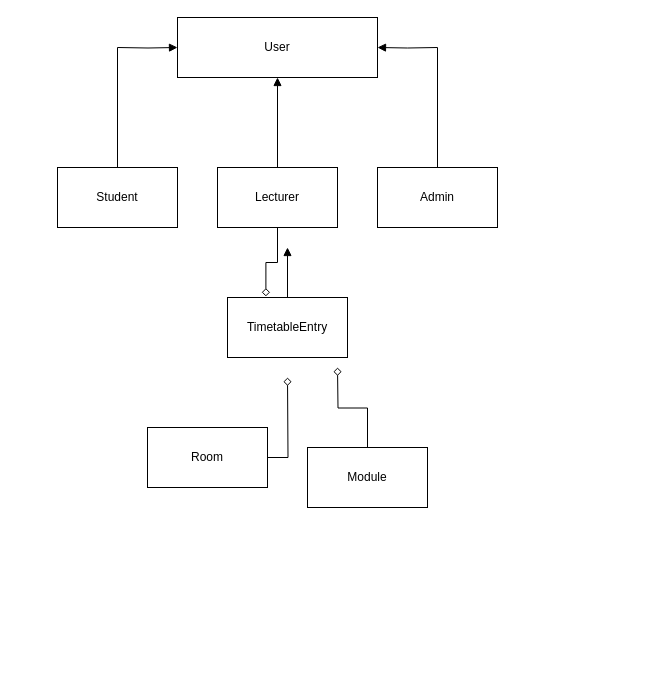
Earlier version of the draw.io diagram UMLDiagramOODProject (1).drawio (ChrisY03/OOD-G19). Source tidied: cells renumbered, new cells numbered last; positions are measured from the earlier drawing's top-left corner, leaving out a move shared by most shapes. Both pictures are drawn from the tidied source at 100%, with x=0, y=0 at pixel (57, 17).
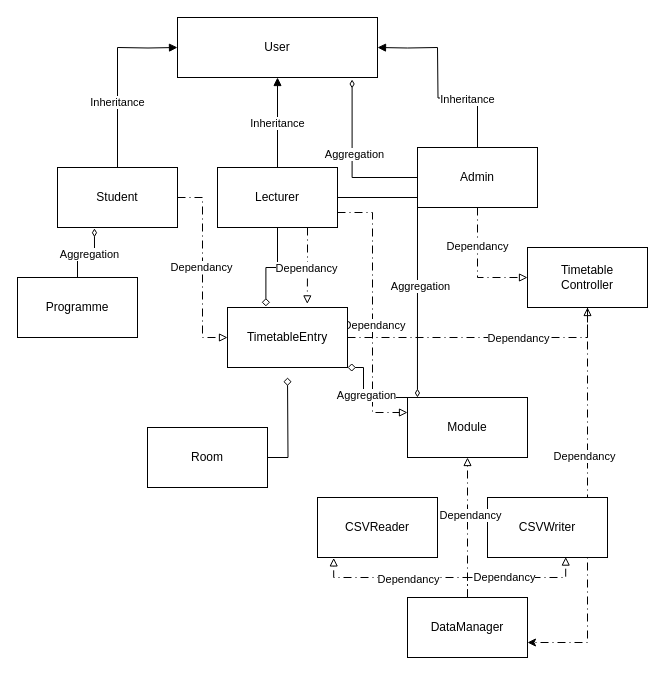
After the change.

Commit message (it also covers changes not shown here):
Update UML diagram and add backup file

Added a backup file for the UML diagram and updated the main diagram to include new entities (TimetableController, Programme, CSVReader, CSVWriter, DataManager) and relationships (inheritance, aggregation, dependency) with improved labeling and layout.

The change refers to these unchanged cells:
```xml
<mxCell id="2" value="User" style="rounded=0;whiteSpace=wrap;html=1;" parent="1" vertex="1">
  <mxGeometry x="120" width="200" height="60" as="geometry" />
</mxCell>
<mxCell id="4" style="edgeStyle=orthogonalEdgeStyle;rounded=0;jettySize=auto;html=1;endArrow=none;endFill=0;" parent="1" edge="1" source="5">
  <mxGeometry relative="1" as="geometry">
    <mxPoint x="60" y="30" as="targetPoint" />
  </mxGeometry>
</mxCell>
<mxCell id="5" value="Student" style="rounded=0;whiteSpace=wrap;html=1;direction=west;" parent="1" vertex="1">
  <mxGeometry y="150" width="120" height="60" as="geometry" />
</mxCell>
<mxCell id="6" style="edgeStyle=orthogonalEdgeStyle;rounded=0;jettySize=auto;html=1;entryX=0.5;entryY=1;entryDx=0;entryDy=0;endArrow=block;endFill=1;" parent="1" edge="1" source="7" target="2">
  <mxGeometry relative="1" as="geometry" />
</mxCell>
<mxCell id="7" value="Lecturer" style="rounded=0;whiteSpace=wrap;html=1;" parent="1" vertex="1">
  <mxGeometry x="160" y="150" width="120" height="60" as="geometry" />
</mxCell>
<mxCell id="9" style="edgeStyle=orthogonalEdgeStyle;rounded=0;jettySize=auto;html=1;endArrow=none;endFill=0;" parent="1" edge="1" source="10">
  <mxGeometry relative="1" as="geometry">
    <mxPoint x="380" y="30" as="targetPoint" />
  </mxGeometry>
</mxCell>
```

Diff of the diagram source:
```diff
@@
+    <mxCell id="18" value="Inheritance" style="edgeLabel;html=1;align=center;verticalAlign=middle;" parent="4" vertex="1">
+      <mxGeometry x="0.09" y="1" relative="1" as="geometry" />
+    </mxCell>
+    <mxCell id="19" style="edgeStyle=orthogonalEdgeStyle;rounded=0;jettySize=auto;html=1;entryX=0;entryY=0.5;entryDx=0;entryDy=0;dashed=1;dashPattern=8 4 1 4;endArrow=block;endFill=0;" parent="1" edge="1" source="5" target="14">
+      <mxGeometry relative="1" as="geometry" />
+    </mxCell>
+    <mxCell id="20" value="Dependancy" style="edgeLabel;html=1;align=center;verticalAlign=middle;" parent="19" vertex="1">
+      <mxGeometry x="-0.01" y="-2" relative="1" as="geometry" />
+    </mxCell>
@@
+    <mxCell id="21" value="Inheritance" style="edgeLabel;html=1;align=center;verticalAlign=middle;" parent="6" vertex="1">
+      <mxGeometry x="0.01" y="1" relative="1" as="geometry" />
+    </mxCell>
+    <mxCell id="22" style="edgeStyle=orthogonalEdgeStyle;rounded=0;jettySize=auto;html=1;exitX=1;exitY=0.75;exitDx=0;exitDy=0;entryX=0;entryY=0.25;entryDx=0;entryDy=0;dashed=1;dashPattern=8 4 1 4;endArrow=block;endFill=0;" parent="1" edge="1" source="7" target="12">
+      <mxGeometry relative="1" as="geometry" />
+    </mxCell>
+    <mxCell id="23" value="Dependancy" style="edgeLabel;html=1;align=center;verticalAlign=middle;" parent="22" vertex="1">
+      <mxGeometry x="0.09" y="1" relative="1" as="geometry" />
+    </mxCell>
@@
+    <mxCell id="24" value="Inheritance" style="edgeLabel;html=1;align=center;verticalAlign=middle;" parent="9" vertex="1">
+      <mxGeometry x="-0.14" y="1" relative="1" as="geometry" />
+    </mxCell>
+    <mxCell id="25" style="edgeStyle=orthogonalEdgeStyle;rounded=0;jettySize=auto;html=1;entryX=0;entryY=0.5;entryDx=0;entryDy=0;dashed=1;dashPattern=8 4 1 4;endArrow=block;endFill=0;" parent="1" edge="1" source="10" target="32">
+      <mxGeometry relative="1" as="geometry" />
+    </mxCell>
+    <mxCell id="26" value="Dependancy" style="edgeLabel;html=1;align=center;verticalAlign=middle;" parent="25" vertex="1">
+      <mxGeometry x="-0.36" y="-1" relative="1" as="geometry" />
+    </mxCell>
     <mxCell id="10" value="Admin" style="rounded=0;whiteSpace=wrap;html=1;" parent="1" vertex="1">
-      <mxGeometry x="320" y="150" width="120" height="60" as="geometry" />
+      <mxGeometry x="360" y="130" width="120" height="60" as="geometry" />
     </mxCell>
-    <mxCell id="11" style="edgeStyle=orthogonalEdgeStyle;rounded=0;jettySize=auto;html=1;endArrow=diamond;endFill=0;" parent="1" edge="1" source="12">
+    <mxCell id="11" style="edgeStyle=orthogonalEdgeStyle;rounded=0;jettySize=auto;html=1;endArrow=diamond;endFill=0;entryX=1;entryY=1;entryDx=0;entryDy=0;" parent="1" edge="1" source="12" target="14">
       <mxGeometry relative="1" as="geometry">
-        <mxPoint x="280" y="350" as="targetPoint" />
+        <Array as="points">
+          <mxPoint x="306" y="380" />
+          <mxPoint x="306" y="350" />
+        </Array>
       </mxGeometry>
     </mxCell>
+    <mxCell id="27" value="Aggregation" style="edgeLabel;html=1;align=center;verticalAlign=middle;" parent="11" vertex="1">
+      <mxGeometry x="0.04" y="-2" relative="1" as="geometry" />
+    </mxCell>
     <mxCell id="12" value="Module" style="rounded=0;whiteSpace=wrap;html=1;" parent="1" vertex="1">
-      <mxGeometry x="250" y="430" width="120" height="60" as="geometry" />
+      <mxGeometry x="350" y="380" width="120" height="60" as="geometry" />
     </mxCell>
-    <mxCell id="13" style="edgeStyle=orthogonalEdgeStyle;rounded=0;jettySize=auto;html=1;endArrow=block;endFill=1;" parent="1" edge="1" source="14">
-      <mxGeometry relative="1" as="geometry">
-        <mxPoint x="230" y="230" as="targetPoint" />
-      </mxGeometry>
-    </mxCell>
+    <mxCell id="28" style="edgeStyle=orthogonalEdgeStyle;rounded=0;jettySize=auto;html=1;entryX=0.5;entryY=1;entryDx=0;entryDy=0;dashed=1;dashPattern=8 4 1 4;endArrow=block;endFill=0;" parent="1" edge="1" source="14" target="32">
+      <mxGeometry relative="1" as="geometry" />
+    </mxCell>
+    <mxCell id="29" value="Dependancy" style="edgeLabel;html=1;align=center;verticalAlign=middle;" parent="28" vertex="1">
+      <mxGeometry x="0.26" relative="1" as="geometry" />
+    </mxCell>
     <mxCell id="14" value="TimetableEntry" style="rounded=0;whiteSpace=wrap;html=1;" parent="1" vertex="1">
-      <mxGeometry x="170" y="280" width="120" height="60" as="geometry" />
+      <mxGeometry x="170" y="290" width="120" height="60" as="geometry" />
     </mxCell>
@@
+    <mxCell id="30" style="edgeStyle=orthogonalEdgeStyle;rounded=0;jettySize=auto;html=1;entryX=1;entryY=0.75;entryDx=0;entryDy=0;dashed=1;dashPattern=8 4 1 4;" parent="1" edge="1" source="32" target="46">
+      <mxGeometry relative="1" as="geometry" />
+    </mxCell>
+    <mxCell id="31" value="Dependancy" style="edgeLabel;html=1;align=center;verticalAlign=middle;" parent="30" vertex="1">
+      <mxGeometry x="-0.25" y="-4" relative="1" as="geometry" />
+    </mxCell>
+    <mxCell id="32" value="Timetable&lt;div&gt;Controller&lt;/div&gt;" style="rounded=0;whiteSpace=wrap;html=1;" parent="1" vertex="1">
+      <mxGeometry x="470" y="230" width="120" height="60" as="geometry" />
+    </mxCell>
+    <mxCell id="33" value="Programme" style="rounded=0;whiteSpace=wrap;html=1;" parent="1" vertex="1">
+      <mxGeometry x="-40" y="260" width="120" height="60" as="geometry" />
+    </mxCell>
+    <mxCell id="34" style="edgeStyle=orthogonalEdgeStyle;rounded=0;jettySize=auto;html=1;entryX=0.692;entryY=-0.013;entryDx=0;entryDy=0;entryPerimeter=0;endArrow=diamondThin;endFill=0;" parent="1" edge="1" source="33" target="5">
+      <mxGeometry relative="1" as="geometry" />
+    </mxCell>
+    <mxCell id="35" value="Aggregation" style="edgeLabel;html=1;align=center;verticalAlign=middle;" parent="34" vertex="1">
+      <mxGeometry x="0.08" y="-1" relative="1" as="geometry" />
+    </mxCell>
+    <mxCell id="36" style="edgeStyle=orthogonalEdgeStyle;rounded=0;jettySize=auto;html=1;entryX=0.083;entryY=0;entryDx=0;entryDy=0;entryPerimeter=0;endArrow=diamondThin;endFill=0;" parent="1" edge="1" source="7" target="12">
+      <mxGeometry relative="1" as="geometry" />
+    </mxCell>
+    <mxCell id="37" value="Aggregation" style="edgeLabel;html=1;align=center;verticalAlign=middle;" parent="36" vertex="1">
+      <mxGeometry x="0.2" y="3" relative="1" as="geometry" />
+    </mxCell>
+    <mxCell id="38" style="edgeStyle=orthogonalEdgeStyle;rounded=0;jettySize=auto;html=1;exitX=0.75;exitY=1;exitDx=0;exitDy=0;entryX=0.665;entryY=-0.06;entryDx=0;entryDy=0;entryPerimeter=0;dashed=1;dashPattern=8 4 1 4;endArrow=block;endFill=0;" parent="1" edge="1" source="7" target="14">
+      <mxGeometry relative="1" as="geometry" />
+    </mxCell>
+    <mxCell id="39" value="Dependancy" style="edgeLabel;html=1;align=center;verticalAlign=middle;" parent="38" vertex="1">
+      <mxGeometry x="0.06" y="-2" relative="1" as="geometry">
+        <mxPoint x="1" as="offset" />
+      </mxGeometry>
+    </mxCell>
+    <mxCell id="40" style="edgeStyle=orthogonalEdgeStyle;rounded=0;jettySize=auto;html=1;entryX=0.873;entryY=1.033;entryDx=0;entryDy=0;entryPerimeter=0;endArrow=diamondThin;endFill=0;" parent="1" edge="1" source="10" target="2">
+      <mxGeometry relative="1" as="geometry" />
+    </mxCell>
+    <mxCell id="41" value="Aggregation" style="edgeLabel;html=1;align=center;verticalAlign=middle;" parent="40" vertex="1">
+      <mxGeometry x="0.09" y="-2" relative="1" as="geometry" />
+    </mxCell>
+    <mxCell id="42" value="CSVReader" style="rounded=0;whiteSpace=wrap;html=1;" parent="1" vertex="1">
+      <mxGeometry x="260" y="480" width="120" height="60" as="geometry" />
+    </mxCell>
+    <mxCell id="43" value="CSVWriter" style="rounded=0;whiteSpace=wrap;html=1;" parent="1" vertex="1">
+      <mxGeometry x="430" y="480" width="120" height="60" as="geometry" />
+    </mxCell>
+    <mxCell id="44" style="edgeStyle=orthogonalEdgeStyle;rounded=0;jettySize=auto;html=1;entryX=0.5;entryY=1;entryDx=0;entryDy=0;dashed=1;dashPattern=8 4 1 4;endArrow=block;endFill=0;" parent="1" edge="1" source="46" target="12">
+      <mxGeometry relative="1" as="geometry" />
+    </mxCell>
+    <mxCell id="45" value="Dependancy" style="edgeLabel;html=1;align=center;verticalAlign=middle;" parent="44" vertex="1">
+      <mxGeometry x="0.18" y="-2" relative="1" as="geometry" />
+    </mxCell>
+    <mxCell id="46" value="DataManager" style="rounded=0;whiteSpace=wrap;html=1;" parent="1" vertex="1">
+      <mxGeometry x="350" y="580" width="120" height="60" as="geometry" />
+    </mxCell>
+    <mxCell id="47" style="edgeStyle=orthogonalEdgeStyle;rounded=0;jettySize=auto;html=1;entryX=0.135;entryY=1.007;entryDx=0;entryDy=0;entryPerimeter=0;dashed=1;dashPattern=8 4 1 4;endArrow=block;endFill=0;" parent="1" edge="1" source="46" target="42">
+      <mxGeometry relative="1" as="geometry" />
+    </mxCell>
+    <mxCell id="48" value="Dependancy" style="edgeLabel;html=1;align=center;verticalAlign=middle;" parent="47" vertex="1">
+      <mxGeometry x="-0.08" y="1" relative="1" as="geometry" />
+    </mxCell>
+    <mxCell id="49" style="edgeStyle=orthogonalEdgeStyle;rounded=0;jettySize=auto;html=1;entryX=0.652;entryY=0.993;entryDx=0;entryDy=0;entryPerimeter=0;dashed=1;dashPattern=8 4 1 4;endArrow=block;endFill=0;" parent="1" edge="1" source="46" target="43">
+      <mxGeometry relative="1" as="geometry" />
+    </mxCell>
+    <mxCell id="50" value="Dependancy" style="edgeLabel;html=1;align=center;verticalAlign=middle;" parent="49" vertex="1">
+      <mxGeometry x="-0.19" y="1" relative="1" as="geometry" />
+    </mxCell>
```
